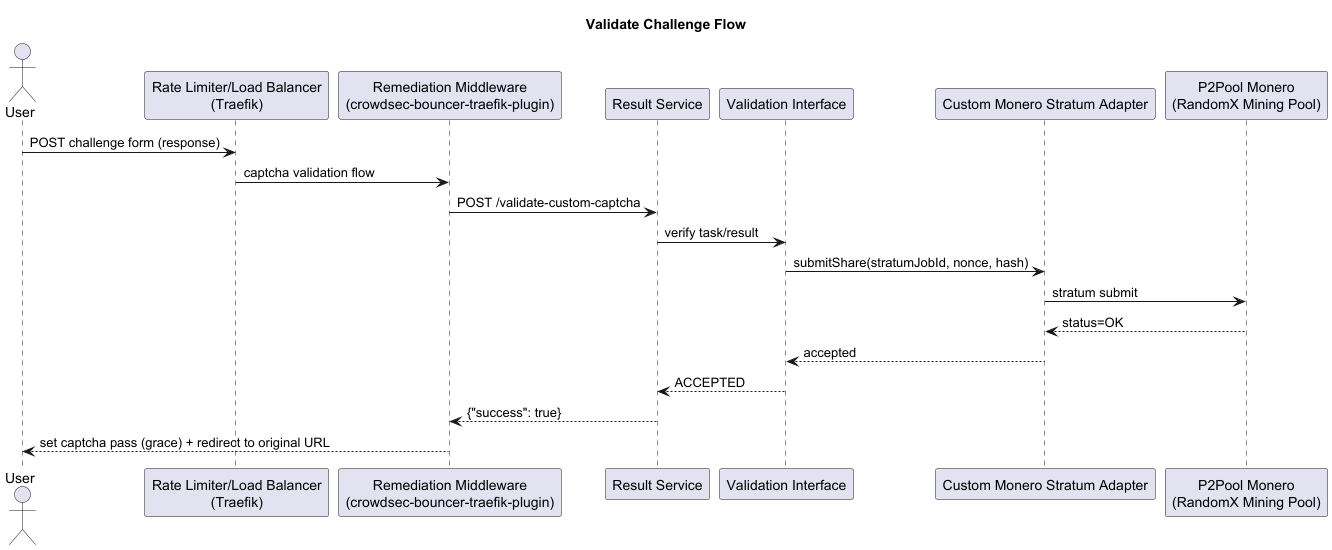
Before: charts/challenge-sequence/validate.png, a diagram exported from PlantUML (bors2908/pouwer).
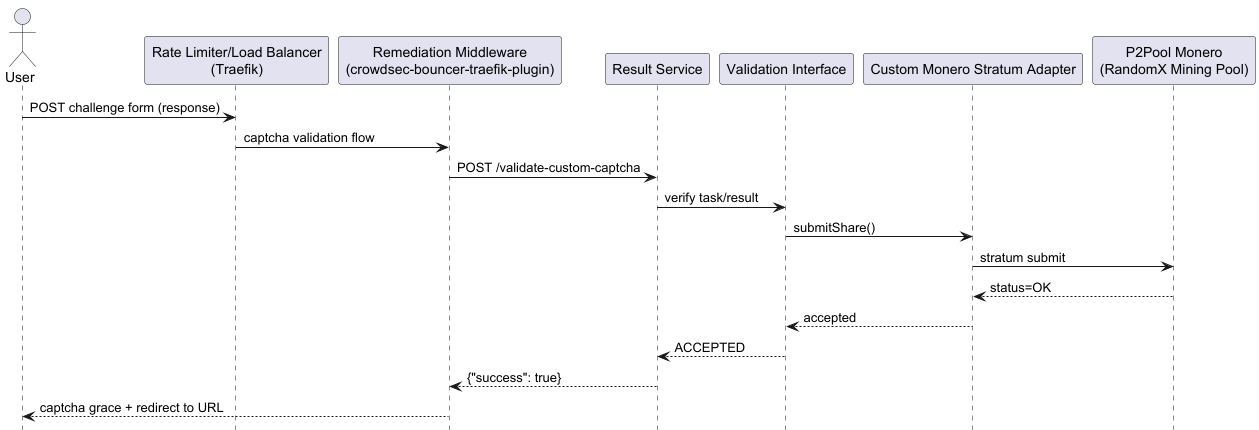
The same diagram one commit later.

Diff of the diagram source:
```diff
@@ -16,13 +16,13 @@
 RateLimiter -> Middleware: captcha validation flow
 Middleware -> ResultService: POST /validate-custom-captcha
 ResultService -> ValidationIF: verify task/result
-ValidationIF -> MoneroAdapter: submitShare(stratumJobId, nonce, hash)
+ValidationIF -> MoneroAdapter: submitShare()
 MoneroAdapter -> P2Pool: stratum submit
 P2Pool --> MoneroAdapter: status=OK
 MoneroAdapter --> ValidationIF: accepted
 ValidationIF --> ResultService: ACCEPTED
 ResultService --> Middleware: {"success": true}
 
-Middleware --> User: set captcha pass (grace) + redirect to original URL
+Middleware --> User: captcha grace + redirect to URL
 
 @enduml
```
